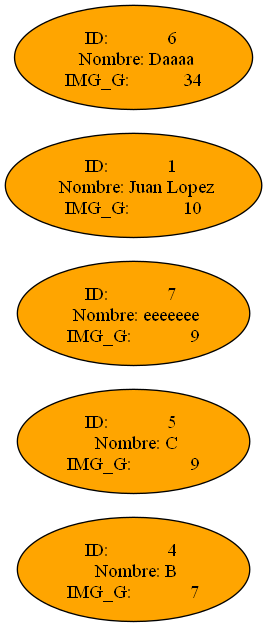
Above: TopImgGrande.png in helenrodas/fase1ProyectoEdd (Graphviz), before the change. Its source is kept beside it as TopImgGrande.dot.
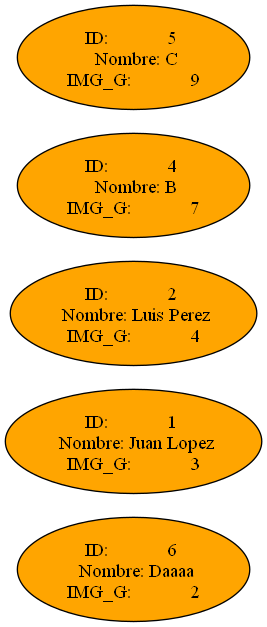
The same diagram one commit later.

What changed in the source:
```diff
@@ -2,11 +2,11 @@
    node [shape=ellipse];
    rankdir=LR
    graph [ bgcolor=white];
- "nodo    0"[label="ID:            4 \n Nombre: B\n IMG_G:            7 ", fillcolor=orange, style=filled];
- "nodo    1"[label="ID:            5 \n Nombre: C\n IMG_G:            9 ", fillcolor=orange, style=filled];
- "nodo    2"[label="ID:            7 \n Nombre: eeeeeee\n IMG_G:            9 ", fillcolor=orange, style=filled];
- "nodo    3"[label="ID:            1 \n Nombre: Juan Lopez\n IMG_G:           10 ", fillcolor=orange, style=filled];
- "nodo    4"[label="ID:            6 \n Nombre: Daaaa\n IMG_G:           34 ", fillcolor=orange, style=filled];
+ "nodo    0"[label="ID:            6 \n Nombre: Daaaa\n IMG_G:            2 ", fillcolor=orange, style=filled];
+ "nodo    1"[label="ID:            1 \n Nombre: Juan Lopez\n IMG_G:            3 ", fillcolor=orange, style=filled];
+ "nodo    2"[label="ID:            2 \n Nombre: Luis Perez\n IMG_G:            4 ", fillcolor=orange, style=filled];
+ "nodo    3"[label="ID:            4 \n Nombre: B\n IMG_G:            7 ", fillcolor=orange, style=filled];
+ "nodo    4"[label="ID:            5 \n Nombre: C\n IMG_G:            9 ", fillcolor=orange, style=filled];
 
  rankdir = LR
  }
```
